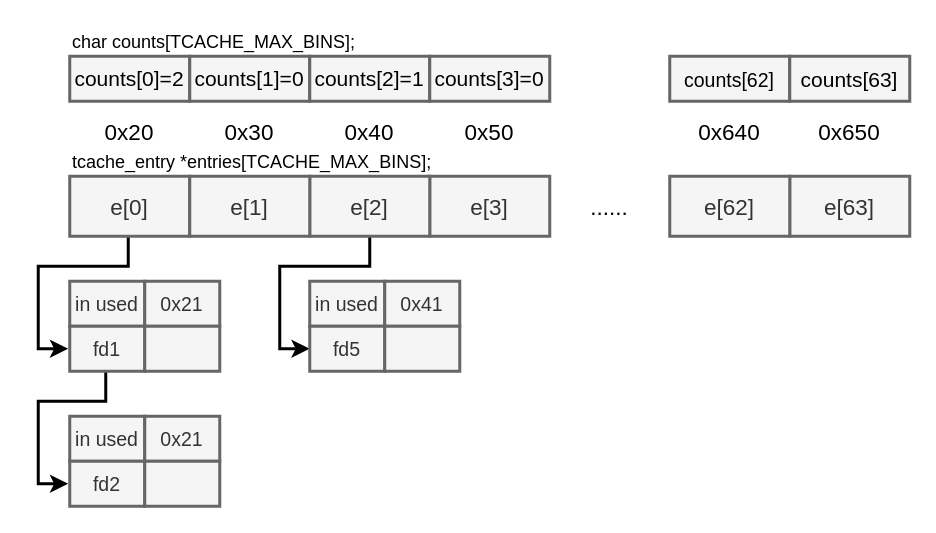
kokifish/pictures keeps this draw.io diagram as CTF_pic/tcache.drawio. Above is the earlier version. Source tidied: cells renumbered, new cells numbered last; positions are measured from the earlier drawing's top-left corner, leaving out a move shared by most shapes. Both pictures are drawn from the tidied source at 150%, with x=0, y=0 at pixel (38, 26).
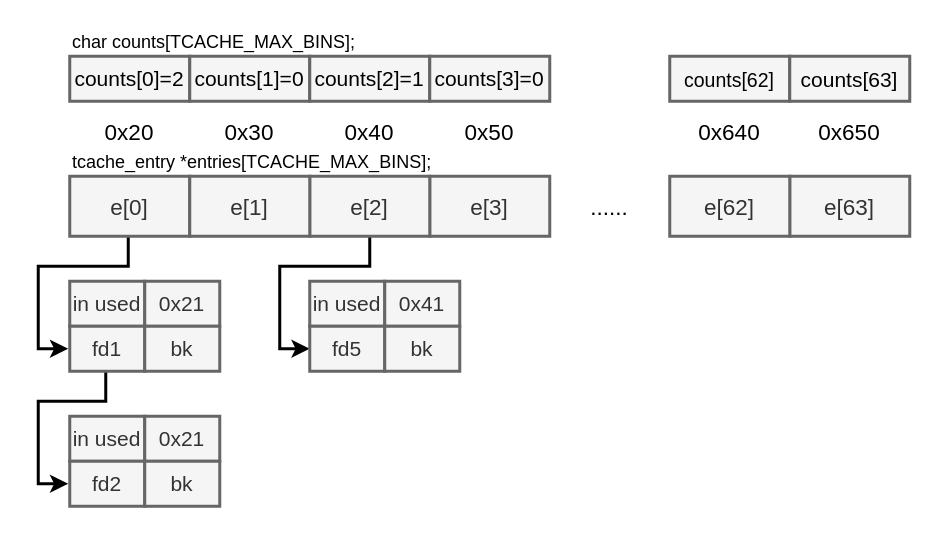
After the change.

Diff of the diagram source:
```diff
@@
-    <mxCell id="16" value="in used" style="rounded=0;whiteSpace=wrap;html=1;fillColor=#f5f5f5;strokeColor=#666666;fontColor=#333333;fontSize=13;strokeWidth=2;" parent="1" vertex="1">
+    <mxCell id="16" value="in used" style="rounded=0;whiteSpace=wrap;html=1;fillColor=#f5f5f5;strokeColor=#666666;fontColor=#333333;fontSize=14;strokeWidth=2;" parent="1" vertex="1">
       <mxGeometry x="21" y="170" width="50" height="30" as="geometry" />
     </mxCell>
-    <mxCell id="17" value="0x21" style="rounded=0;whiteSpace=wrap;html=1;fillColor=#f5f5f5;strokeColor=#666666;fontColor=#333333;fontSize=13;strokeWidth=2;" parent="1" vertex="1">
+    <mxCell id="17" value="0x21" style="rounded=0;whiteSpace=wrap;html=1;fillColor=#f5f5f5;strokeColor=#666666;fontColor=#333333;fontSize=14;strokeWidth=2;" parent="1" vertex="1">
       <mxGeometry x="71" y="170" width="50" height="30" as="geometry" />
     </mxCell>
-    <mxCell id="18" style="edgeStyle=orthogonalEdgeStyle;rounded=0;orthogonalLoop=1;jettySize=auto;html=1;exitX=0.5;exitY=1;exitDx=0;exitDy=0;entryX=0;entryY=0.5;entryDx=0;entryDy=0;fontSize=13;spacing=2;strokeWidth=2;" parent="1" edge="1">
+    <mxCell id="18" style="edgeStyle=orthogonalEdgeStyle;rounded=0;orthogonalLoop=1;jettySize=auto;html=1;exitX=0.5;exitY=1;exitDx=0;exitDy=0;entryX=0;entryY=0.5;entryDx=0;entryDy=0;fontSize=14;spacing=2;strokeWidth=2;" parent="1" edge="1">
       <mxGeometry relative="1" as="geometry">
         <mxPoint x="45" y="230" as="sourcePoint" />
         <mxPoint x="20" y="305" as="targetPoint" />
         <Array as="points">
           <mxPoint x="45" y="250" />
           <mxPoint y="250" />
           <mxPoint y="305" />
         </Array>
       </mxGeometry>
     </mxCell>
-    <mxCell id="19" value="fd1" style="rounded=0;whiteSpace=wrap;html=1;fillColor=#f5f5f5;strokeColor=#666666;fontColor=#333333;fontSize=13;strokeWidth=2;" parent="1" vertex="1">
+    <mxCell id="19" value="fd1" style="rounded=0;whiteSpace=wrap;html=1;fillColor=#f5f5f5;strokeColor=#666666;fontColor=#333333;fontSize=14;strokeWidth=2;" parent="1" vertex="1">
       <mxGeometry x="21" y="200" width="50" height="30" as="geometry" />
     </mxCell>
-    <mxCell id="20" style="rounded=0;whiteSpace=wrap;html=1;fillColor=#f5f5f5;strokeColor=#666666;fontColor=#333333;fontSize=13;strokeWidth=2;" parent="1" vertex="1">
+    <mxCell id="20" value="bk" style="rounded=0;whiteSpace=wrap;html=1;fillColor=#f5f5f5;strokeColor=#666666;fontColor=#333333;fontSize=14;strokeWidth=2;" parent="1" vertex="1">
       <mxGeometry x="71" y="200" width="50" height="30" as="geometry" />
     </mxCell>
-    <mxCell id="21" value="in used" style="rounded=0;whiteSpace=wrap;html=1;fillColor=#f5f5f5;strokeColor=#666666;fontColor=#333333;fontSize=13;strokeWidth=2;" parent="1" vertex="1">
+    <mxCell id="21" value="in used" style="rounded=0;whiteSpace=wrap;html=1;fillColor=#f5f5f5;strokeColor=#666666;fontColor=#333333;fontSize=14;strokeWidth=2;" parent="1" vertex="1">
       <mxGeometry x="21" y="260" width="50" height="30" as="geometry" />
     </mxCell>
-    <mxCell id="22" value="0x21" style="rounded=0;whiteSpace=wrap;html=1;fillColor=#f5f5f5;strokeColor=#666666;fontColor=#333333;fontSize=13;strokeWidth=2;" parent="1" vertex="1">
+    <mxCell id="22" value="0x21" style="rounded=0;whiteSpace=wrap;html=1;fillColor=#f5f5f5;strokeColor=#666666;fontColor=#333333;fontSize=14;strokeWidth=2;" parent="1" vertex="1">
       <mxGeometry x="71" y="260" width="50" height="30" as="geometry" />
     </mxCell>
-    <mxCell id="23" value="fd2" style="rounded=0;whiteSpace=wrap;html=1;fillColor=#f5f5f5;strokeColor=#666666;fontColor=#333333;fontSize=13;strokeWidth=2;" parent="1" vertex="1">
+    <mxCell id="23" value="fd2" style="rounded=0;whiteSpace=wrap;html=1;fillColor=#f5f5f5;strokeColor=#666666;fontColor=#333333;fontSize=14;strokeWidth=2;" parent="1" vertex="1">
       <mxGeometry x="21" y="290" width="50" height="30" as="geometry" />
     </mxCell>
-    <mxCell id="24" style="rounded=0;whiteSpace=wrap;html=1;fillColor=#f5f5f5;strokeColor=#666666;fontColor=#333333;fontSize=13;strokeWidth=2;" parent="1" vertex="1">
+    <mxCell id="24" value="&lt;span style=&quot;font-size: 14px;&quot;&gt;bk&lt;/span&gt;" style="rounded=0;whiteSpace=wrap;html=1;fillColor=#f5f5f5;strokeColor=#666666;fontColor=#333333;fontSize=14;strokeWidth=2;" parent="1" vertex="1">
       <mxGeometry x="71" y="290" width="50" height="30" as="geometry" />
     </mxCell>
@@
-    <mxCell id="34" value="in used" style="rounded=0;whiteSpace=wrap;html=1;fillColor=#f5f5f5;strokeColor=#666666;fontColor=#333333;fontSize=13;strokeWidth=2;" parent="1" vertex="1">
+    <mxCell id="34" value="in used" style="rounded=0;whiteSpace=wrap;html=1;fillColor=#f5f5f5;strokeColor=#666666;fontColor=#333333;fontSize=14;strokeWidth=2;" parent="1" vertex="1">
       <mxGeometry x="181" y="170" width="50" height="30" as="geometry" />
     </mxCell>
-    <mxCell id="35" value="0x41" style="rounded=0;whiteSpace=wrap;html=1;fillColor=#f5f5f5;strokeColor=#666666;fontColor=#333333;fontSize=13;strokeWidth=2;" parent="1" vertex="1">
+    <mxCell id="35" value="0x41" style="rounded=0;whiteSpace=wrap;html=1;fillColor=#f5f5f5;strokeColor=#666666;fontColor=#333333;fontSize=14;strokeWidth=2;" parent="1" vertex="1">
       <mxGeometry x="231" y="170" width="50" height="30" as="geometry" />
     </mxCell>
-    <mxCell id="36" value="fd5" style="rounded=0;whiteSpace=wrap;html=1;fillColor=#f5f5f5;strokeColor=#666666;fontColor=#333333;fontSize=13;strokeWidth=2;" parent="1" vertex="1">
+    <mxCell id="36" value="fd5" style="rounded=0;whiteSpace=wrap;html=1;fillColor=#f5f5f5;strokeColor=#666666;fontColor=#333333;fontSize=14;strokeWidth=2;" parent="1" vertex="1">
       <mxGeometry x="181" y="200" width="50" height="30" as="geometry" />
     </mxCell>
-    <mxCell id="37" style="rounded=0;whiteSpace=wrap;html=1;fillColor=#f5f5f5;strokeColor=#666666;fontColor=#333333;fontSize=13;strokeWidth=2;" parent="1" vertex="1">
+    <mxCell id="37" value="&lt;span style=&quot;font-size: 14px;&quot;&gt;bk&lt;/span&gt;" style="rounded=0;whiteSpace=wrap;html=1;fillColor=#f5f5f5;strokeColor=#666666;fontColor=#333333;fontSize=14;strokeWidth=2;" parent="1" vertex="1">
       <mxGeometry x="231" y="200" width="50" height="30" as="geometry" />
     </mxCell>
```
